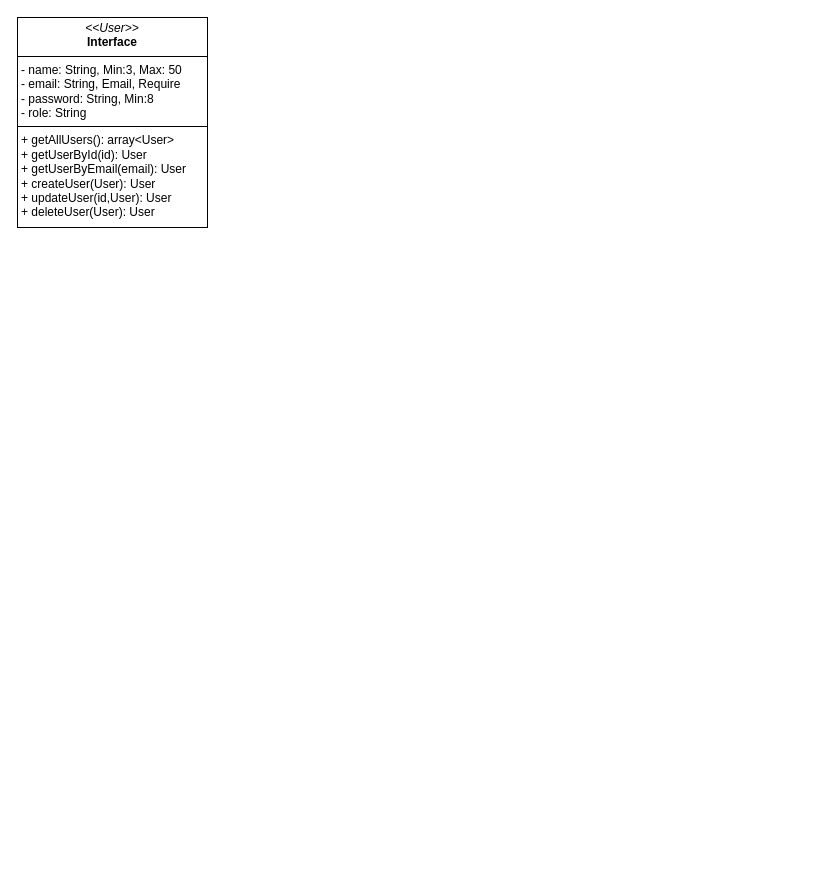
Above: Node_SP_Len.drawio in huynhhonghuan/Node_SP_Len (draw.io), before the change. Source tidied: cells renumbered, new cells numbered last; positions are measured from the earlier drawing's top-left corner, leaving out a move shared by most shapes. Both pictures are drawn from the tidied source at 100%, with x=0, y=0 at pixel (17, 17).
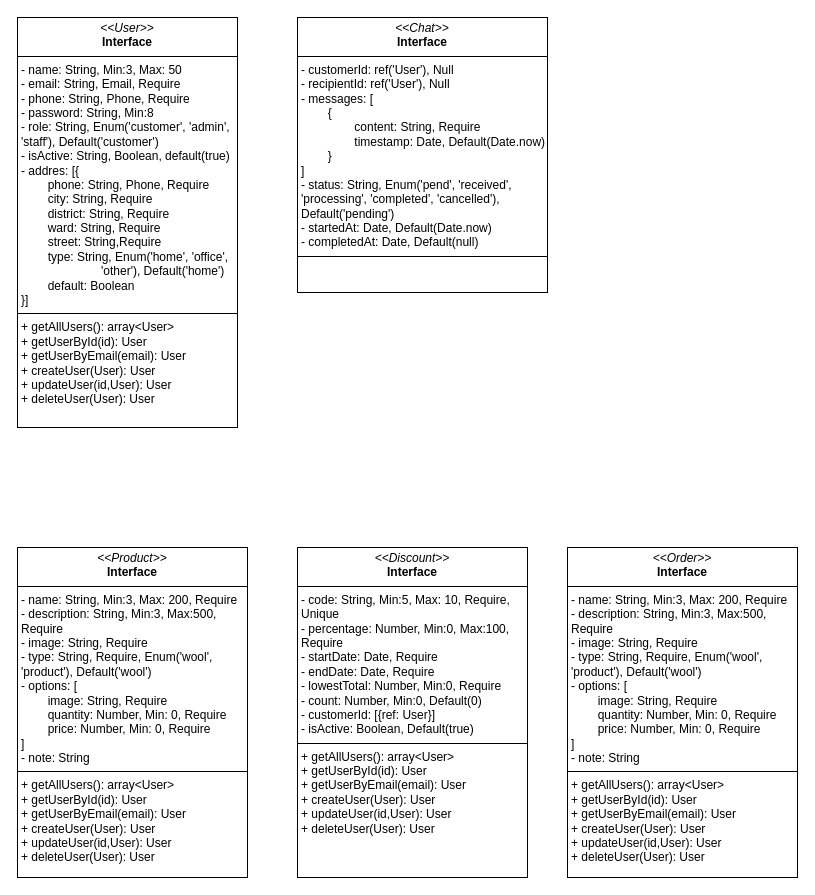
After the change.

The edit, as a diff of the source:
```diff
@@
 <mxGraphModel>
   <root>
     <mxCell id="0" />
     <mxCell id="1" parent="0" />
-    <mxCell id="2" value="&lt;p style=&quot;margin: 4px 0px 0px; text-align: center;&quot;&gt;&lt;font style=&quot;font-size: 12px;&quot;&gt;&lt;font style=&quot;font-size: 12px;&quot;&gt;&lt;i style=&quot;&quot;&gt;&amp;lt;&amp;lt;User&amp;gt;&amp;gt;&lt;/i&gt;&lt;br&gt;&lt;/font&gt;&lt;b style=&quot;&quot;&gt;&lt;font style=&quot;font-size: 12px;&quot;&gt;Interface&lt;/font&gt;&lt;/b&gt;&lt;/font&gt;&lt;/p&gt;&lt;hr size=&quot;1&quot; style=&quot;border-style: solid;&quot;&gt;&lt;p style=&quot;margin: 0px 0px 0px 4px;&quot;&gt;&lt;font style=&quot;font-size: 12px;&quot;&gt;- name: String, Min:3, Max: 50&lt;br&gt;- email: String, Email, Require&lt;/font&gt;&lt;/p&gt;&lt;p style=&quot;margin: 0px 0px 0px 4px;&quot;&gt;&lt;font style=&quot;font-size: 12px;&quot;&gt;- password: String, Min:8&lt;/font&gt;&lt;/p&gt;&lt;p style=&quot;margin: 0px 0px 0px 4px;&quot;&gt;&lt;font style=&quot;font-size: 12px;&quot;&gt;- role: String&lt;/font&gt;&lt;/p&gt;&lt;hr size=&quot;1&quot; style=&quot;border-style: solid;&quot;&gt;&lt;p style=&quot;margin: 0px 0px 0px 4px;&quot;&gt;&lt;font style=&quot;font-size: 12px;&quot;&gt;+&amp;nbsp;&lt;span style=&quot;white-space: pre;&quot;&gt;getAllUsers&lt;/span&gt;(): array&amp;lt;User&amp;gt;&lt;/font&gt;&lt;/p&gt;&lt;p style=&quot;margin: 0px 0px 0px 4px;&quot;&gt;&lt;font style=&quot;font-size: 12px;&quot;&gt;+&amp;nbsp;&lt;span style=&quot;white-space: pre;&quot;&gt;getUserById&lt;/span&gt;(id): User&lt;/font&gt;&lt;/p&gt;&lt;p style=&quot;margin: 0px 0px 0px 4px;&quot;&gt;&lt;font style=&quot;font-size: 12px;&quot;&gt;+&amp;nbsp;&lt;span style=&quot;white-space: pre;&quot;&gt;getUserByEmail(email): User&lt;/span&gt;&lt;/font&gt;&lt;/p&gt;&lt;p style=&quot;margin: 0px 0px 0px 4px;&quot;&gt;&lt;span style=&quot;white-space: pre;&quot;&gt;&lt;font style=&quot;font-size: 12px;&quot;&gt;+ createUser(User): User&lt;/font&gt;&lt;/span&gt;&lt;/p&gt;&lt;p style=&quot;margin: 0px 0px 0px 4px;&quot;&gt;&lt;span style=&quot;white-space: pre;&quot;&gt;&lt;font style=&quot;font-size: 12px;&quot;&gt;+ updateUser(id,User): User&lt;/font&gt;&lt;/span&gt;&lt;/p&gt;&lt;p style=&quot;margin: 0px 0px 0px 4px;&quot;&gt;&lt;span style=&quot;white-space: pre;&quot;&gt;&lt;font style=&quot;font-size: 12px;&quot;&gt;+ deleteUser(User): User&lt;/font&gt;&lt;/span&gt;&lt;/p&gt;" style="verticalAlign=top;align=left;overflow=fill;html=1;whiteSpace=wrap;fontFamily=Helvetica;" parent="1" vertex="1">
-      <mxGeometry width="190" height="210" as="geometry" />
+    <mxCell id="2" value="&lt;p style=&quot;margin: 4px 0px 0px; text-align: center;&quot;&gt;&lt;font style=&quot;font-size: 12px;&quot;&gt;&lt;font style=&quot;font-size: 12px;&quot;&gt;&lt;i style=&quot;&quot;&gt;&amp;lt;&amp;lt;User&amp;gt;&amp;gt;&lt;/i&gt;&lt;br&gt;&lt;/font&gt;&lt;b style=&quot;&quot;&gt;&lt;font style=&quot;font-size: 12px;&quot;&gt;Interface&lt;/font&gt;&lt;/b&gt;&lt;/font&gt;&lt;/p&gt;&lt;hr size=&quot;1&quot; style=&quot;border-style: solid;&quot;&gt;&lt;p style=&quot;margin: 0px 0px 0px 4px;&quot;&gt;&lt;font style=&quot;font-size: 12px;&quot;&gt;- name: String, Min:3, Max: 50&lt;br&gt;- email: String, Email, Require&lt;/font&gt;&lt;/p&gt;&lt;p style=&quot;margin: 0px 0px 0px 4px;&quot;&gt;&lt;font style=&quot;font-size: 12px;&quot;&gt;- phone: String, Phone,&amp;nbsp;&lt;/font&gt;&lt;span style=&quot;background-color: initial;&quot;&gt;Require&lt;/span&gt;&lt;/p&gt;&lt;p style=&quot;margin: 0px 0px 0px 4px;&quot;&gt;&lt;font style=&quot;font-size: 12px;&quot;&gt;- password: String, Min:8&lt;/font&gt;&lt;/p&gt;&lt;p style=&quot;margin: 0px 0px 0px 4px;&quot;&gt;&lt;font style=&quot;font-size: 12px;&quot;&gt;- role: String, Enum('customer', 'admin', 'staff'), Default('customer')&lt;/font&gt;&lt;/p&gt;&lt;p style=&quot;margin: 0px 0px 0px 4px;&quot;&gt;&lt;font style=&quot;font-size: 12px;&quot;&gt;- isActive: String, Boolean, default(true)&lt;/font&gt;&lt;/p&gt;&lt;p style=&quot;margin: 0px 0px 0px 4px;&quot;&gt;&lt;font style=&quot;font-size: 12px;&quot;&gt;- addres: [{&lt;/font&gt;&lt;/p&gt;&lt;p style=&quot;margin: 0px 0px 0px 4px;&quot;&gt;&lt;span style=&quot;background-color: initial;&quot;&gt;&lt;span style=&quot;white-space: pre;&quot;&gt;&#9;&lt;/span&gt;phone: String, Phone, Require&lt;/span&gt;&lt;/p&gt;&lt;p style=&quot;margin: 0px 0px 0px 4px;&quot;&gt;&lt;span style=&quot;background-color: initial;&quot;&gt;&lt;span style=&quot;white-space: pre;&quot;&gt;&#9;&lt;/span&gt;city: String, Require&lt;/span&gt;&lt;/p&gt;&lt;p style=&quot;margin: 0px 0px 0px 4px;&quot;&gt;&lt;span style=&quot;background-color: initial;&quot;&gt;&lt;span style=&quot;white-space: pre;&quot;&gt;&#9;&lt;/span&gt;district: String,&amp;nbsp;&lt;/span&gt;&lt;span style=&quot;background-color: initial;&quot;&gt;Require&lt;/span&gt;&lt;/p&gt;&lt;p style=&quot;margin: 0px 0px 0px 4px;&quot;&gt;&lt;span style=&quot;background-color: initial;&quot;&gt;&lt;span style=&quot;white-space: pre;&quot;&gt;&#9;&lt;/span&gt;ward: String,&amp;nbsp;&lt;/span&gt;&lt;span style=&quot;background-color: initial;&quot;&gt;Require&lt;/span&gt;&lt;/p&gt;&lt;p style=&quot;margin: 0px 0px 0px 4px;&quot;&gt;&lt;span style=&quot;background-color: initial;&quot;&gt;&lt;span style=&quot;white-space: pre;&quot;&gt;&#9;&lt;/span&gt;street: String,&lt;/span&gt;&lt;span style=&quot;background-color: initial;&quot;&gt;Require&lt;/span&gt;&lt;/p&gt;&lt;p style=&quot;margin: 0px 0px 0px 4px;&quot;&gt;&lt;span style=&quot;background-color: initial;&quot;&gt;&lt;span style=&quot;white-space: pre;&quot;&gt;&#9;&lt;/span&gt;type: String, Enum('home', 'office', &lt;span style=&quot;white-space: pre;&quot;&gt;&#9;&lt;/span&gt;&lt;span style=&quot;white-space: pre;&quot;&gt;&#9;&lt;span style=&quot;white-space: pre;&quot;&gt;&#9;&lt;/span&gt;&lt;/span&gt;'other'), Default('home')&lt;/span&gt;&lt;/p&gt;&lt;p style=&quot;margin: 0px 0px 0px 4px;&quot;&gt;&lt;span style=&quot;background-color: initial;&quot;&gt;&lt;span style=&quot;white-space: pre;&quot;&gt;&#9;&lt;/span&gt;default: Boolean&lt;/span&gt;&lt;/p&gt;&lt;p style=&quot;margin: 0px 0px 0px 4px;&quot;&gt;&lt;font style=&quot;font-size: 12px;&quot;&gt;}]&lt;/font&gt;&lt;/p&gt;&lt;hr size=&quot;1&quot; style=&quot;border-style: solid;&quot;&gt;&lt;p style=&quot;margin: 0px 0px 0px 4px;&quot;&gt;&lt;font style=&quot;font-size: 12px;&quot;&gt;+&amp;nbsp;&lt;span style=&quot;white-space: pre;&quot;&gt;getAllUsers&lt;/span&gt;(): array&amp;lt;User&amp;gt;&lt;/font&gt;&lt;/p&gt;&lt;p style=&quot;margin: 0px 0px 0px 4px;&quot;&gt;&lt;font style=&quot;font-size: 12px;&quot;&gt;+&amp;nbsp;&lt;span style=&quot;white-space: pre;&quot;&gt;getUserById&lt;/span&gt;(id): User&lt;/font&gt;&lt;/p&gt;&lt;p style=&quot;margin: 0px 0px 0px 4px;&quot;&gt;&lt;font style=&quot;font-size: 12px;&quot;&gt;+&amp;nbsp;&lt;span style=&quot;white-space: pre;&quot;&gt;getUserByEmail(email): User&lt;/span&gt;&lt;/font&gt;&lt;/p&gt;&lt;p style=&quot;margin: 0px 0px 0px 4px;&quot;&gt;&lt;span style=&quot;white-space: pre;&quot;&gt;&lt;font style=&quot;font-size: 12px;&quot;&gt;+ createUser(User): User&lt;/font&gt;&lt;/span&gt;&lt;/p&gt;&lt;p style=&quot;margin: 0px 0px 0px 4px;&quot;&gt;&lt;span style=&quot;white-space: pre;&quot;&gt;&lt;font style=&quot;font-size: 12px;&quot;&gt;+ updateUser(id,User): User&lt;/font&gt;&lt;/span&gt;&lt;/p&gt;&lt;p style=&quot;margin: 0px 0px 0px 4px;&quot;&gt;&lt;span style=&quot;white-space: pre;&quot;&gt;&lt;font style=&quot;font-size: 12px;&quot;&gt;+ deleteUser(User): User&lt;/font&gt;&lt;/span&gt;&lt;/p&gt;" style="verticalAlign=top;align=left;overflow=fill;html=1;whiteSpace=wrap;fontFamily=Helvetica;" parent="1" vertex="1">
+      <mxGeometry width="220" height="410" as="geometry" />
     </mxCell>
+    <mxCell id="3" value="&lt;p style=&quot;margin: 4px 0px 0px; text-align: center;&quot;&gt;&lt;font style=&quot;font-size: 12px;&quot;&gt;&lt;font style=&quot;font-size: 12px;&quot;&gt;&lt;i style=&quot;&quot;&gt;&amp;lt;&amp;lt;Product&amp;gt;&amp;gt;&lt;/i&gt;&lt;br&gt;&lt;/font&gt;&lt;b style=&quot;&quot;&gt;&lt;font style=&quot;font-size: 12px;&quot;&gt;Interface&lt;/font&gt;&lt;/b&gt;&lt;/font&gt;&lt;/p&gt;&lt;hr size=&quot;1&quot; style=&quot;border-style: solid;&quot;&gt;&lt;p style=&quot;margin: 0px 0px 0px 4px;&quot;&gt;&lt;font style=&quot;font-size: 12px;&quot;&gt;- name: String, Min:3, Max: 200, Require&lt;br&gt;- description: String, Min:3, Max:500, Require&lt;/font&gt;&lt;/p&gt;&lt;p style=&quot;margin: 0px 0px 0px 4px;&quot;&gt;&lt;font style=&quot;font-size: 12px;&quot;&gt;- image: String,&amp;nbsp;&lt;/font&gt;&lt;span style=&quot;background-color: initial;&quot;&gt;Require&lt;/span&gt;&lt;/p&gt;&lt;p style=&quot;margin: 0px 0px 0px 4px;&quot;&gt;&lt;font style=&quot;font-size: 12px;&quot;&gt;- type: String, Require, Enum('wool', 'product'), Default('wool')&lt;/font&gt;&lt;/p&gt;&lt;p style=&quot;margin: 0px 0px 0px 4px;&quot;&gt;&lt;font style=&quot;font-size: 12px;&quot;&gt;- options:&amp;nbsp;&lt;/font&gt;&lt;span style=&quot;background-color: initial;&quot;&gt;[&amp;nbsp;&lt;/span&gt;&lt;/p&gt;&lt;p style=&quot;margin: 0px 0px 0px 4px;&quot;&gt;&lt;span style=&quot;background-color: initial;&quot;&gt;&lt;span style=&quot;white-space: pre;&quot;&gt;&#9;&lt;/span&gt;image: String, Require&lt;br&gt;&lt;/span&gt;&lt;/p&gt;&lt;p style=&quot;margin: 0px 0px 0px 4px;&quot;&gt;&lt;span style=&quot;background-color: initial;&quot;&gt;&lt;span style=&quot;white-space: pre;&quot;&gt;&#9;&lt;/span&gt;quantity: Number, Min: 0, Require&lt;br&gt;&lt;/span&gt;&lt;/p&gt;&lt;p style=&quot;margin: 0px 0px 0px 4px;&quot;&gt;&lt;span style=&quot;background-color: initial;&quot;&gt;&lt;span style=&quot;white-space: pre;&quot;&gt;&#9;&lt;/span&gt;price: Number, Min: 0, Require&lt;br&gt;&lt;/span&gt;&lt;/p&gt;&lt;p style=&quot;margin: 0px 0px 0px 4px;&quot;&gt;&lt;span style=&quot;background-color: initial;&quot;&gt;]&lt;/span&gt;&lt;/p&gt;&lt;p style=&quot;margin: 0px 0px 0px 4px;&quot;&gt;&lt;font style=&quot;font-size: 12px;&quot;&gt;- note: String&lt;/font&gt;&lt;/p&gt;&lt;hr size=&quot;1&quot; style=&quot;border-style: solid;&quot;&gt;&lt;p style=&quot;margin: 0px 0px 0px 4px;&quot;&gt;&lt;font style=&quot;font-size: 12px;&quot;&gt;+&amp;nbsp;&lt;span style=&quot;white-space: pre;&quot;&gt;getAllUsers&lt;/span&gt;(): array&amp;lt;User&amp;gt;&lt;/font&gt;&lt;/p&gt;&lt;p style=&quot;margin: 0px 0px 0px 4px;&quot;&gt;&lt;font style=&quot;font-size: 12px;&quot;&gt;+&amp;nbsp;&lt;span style=&quot;white-space: pre;&quot;&gt;getUserById&lt;/span&gt;(id): User&lt;/font&gt;&lt;/p&gt;&lt;p style=&quot;margin: 0px 0px 0px 4px;&quot;&gt;&lt;font style=&quot;font-size: 12px;&quot;&gt;+&amp;nbsp;&lt;span style=&quot;white-space: pre;&quot;&gt;getUserByEmail(email): User&lt;/span&gt;&lt;/font&gt;&lt;/p&gt;&lt;p style=&quot;margin: 0px 0px 0px 4px;&quot;&gt;&lt;span style=&quot;white-space: pre;&quot;&gt;&lt;font style=&quot;font-size: 12px;&quot;&gt;+ createUser(User): User&lt;/font&gt;&lt;/span&gt;&lt;/p&gt;&lt;p style=&quot;margin: 0px 0px 0px 4px;&quot;&gt;&lt;span style=&quot;white-space: pre;&quot;&gt;&lt;font style=&quot;font-size: 12px;&quot;&gt;+ updateUser(id,User): User&lt;/font&gt;&lt;/span&gt;&lt;/p&gt;&lt;p style=&quot;margin: 0px 0px 0px 4px;&quot;&gt;&lt;span style=&quot;white-space: pre;&quot;&gt;&lt;font style=&quot;font-size: 12px;&quot;&gt;+ deleteUser(User): User&lt;/font&gt;&lt;/span&gt;&lt;/p&gt;" style="verticalAlign=top;align=left;overflow=fill;html=1;whiteSpace=wrap;fontFamily=Helvetica;" parent="1" vertex="1">
+      <mxGeometry y="530" width="230" height="330" as="geometry" />
+    </mxCell>
+    <mxCell id="4" value="&lt;p style=&quot;margin: 4px 0px 0px; text-align: center;&quot;&gt;&lt;font style=&quot;font-size: 12px;&quot;&gt;&lt;font style=&quot;font-size: 12px;&quot;&gt;&lt;i style=&quot;&quot;&gt;&amp;lt;&amp;lt;Discount&amp;gt;&amp;gt;&lt;/i&gt;&lt;br&gt;&lt;/font&gt;&lt;b style=&quot;&quot;&gt;&lt;font style=&quot;font-size: 12px;&quot;&gt;Interface&lt;/font&gt;&lt;/b&gt;&lt;/font&gt;&lt;/p&gt;&lt;hr size=&quot;1&quot; style=&quot;border-style: solid;&quot;&gt;&lt;p style=&quot;margin: 0px 0px 0px 4px;&quot;&gt;&lt;font style=&quot;font-size: 12px;&quot;&gt;- code: String, Min:5, Max: 10, Require, Unique&lt;br&gt;- percentage: Number, Min:0, Max:100, Require&lt;/font&gt;&lt;/p&gt;&lt;p style=&quot;margin: 0px 0px 0px 4px;&quot;&gt;&lt;font style=&quot;font-size: 12px;&quot;&gt;- startDate: Date,&amp;nbsp;&lt;/font&gt;&lt;span style=&quot;background-color: initial;&quot;&gt;Require&lt;/span&gt;&lt;/p&gt;&lt;p style=&quot;margin: 0px 0px 0px 4px;&quot;&gt;- endDate: Date,&amp;nbsp;&lt;span style=&quot;background-color: initial;&quot;&gt;Require&lt;/span&gt;&lt;br&gt;&lt;/p&gt;&lt;p style=&quot;margin: 0px 0px 0px 4px;&quot;&gt;&lt;font style=&quot;font-size: 12px;&quot;&gt;- lowestTotal: Number, Min:0, Require&lt;/font&gt;&lt;/p&gt;&lt;p style=&quot;margin: 0px 0px 0px 4px;&quot;&gt;&lt;font style=&quot;font-size: 12px;&quot;&gt;- count: Number, Min:0, Default(0)&lt;/font&gt;&lt;/p&gt;&lt;p style=&quot;margin: 0px 0px 0px 4px;&quot;&gt;&lt;font style=&quot;font-size: 12px;&quot;&gt;- customerId: [&lt;/font&gt;&lt;font style=&quot;background-color: initial;&quot;&gt;{&lt;/font&gt;&lt;span style=&quot;background-color: initial; white-space: pre;&quot;&gt;ref: User&lt;/span&gt;&lt;span style=&quot;background-color: initial;&quot;&gt;}&lt;/span&gt;&lt;span style=&quot;background-color: initial;&quot;&gt;]&lt;/span&gt;&lt;/p&gt;&lt;p style=&quot;margin: 0px 0px 0px 4px;&quot;&gt;&lt;span style=&quot;background-color: initial;&quot;&gt;- isActive: Boolean, Default(true)&lt;/span&gt;&lt;/p&gt;&lt;hr size=&quot;1&quot; style=&quot;border-style: solid;&quot;&gt;&lt;p style=&quot;margin: 0px 0px 0px 4px;&quot;&gt;&lt;font style=&quot;font-size: 12px;&quot;&gt;+&amp;nbsp;&lt;span style=&quot;white-space: pre;&quot;&gt;getAllUsers&lt;/span&gt;(): array&amp;lt;User&amp;gt;&lt;/font&gt;&lt;/p&gt;&lt;p style=&quot;margin: 0px 0px 0px 4px;&quot;&gt;&lt;font style=&quot;font-size: 12px;&quot;&gt;+&amp;nbsp;&lt;span style=&quot;white-space: pre;&quot;&gt;getUserById&lt;/span&gt;(id): User&lt;/font&gt;&lt;/p&gt;&lt;p style=&quot;margin: 0px 0px 0px 4px;&quot;&gt;&lt;font style=&quot;font-size: 12px;&quot;&gt;+&amp;nbsp;&lt;span style=&quot;white-space: pre;&quot;&gt;getUserByEmail(email): User&lt;/span&gt;&lt;/font&gt;&lt;/p&gt;&lt;p style=&quot;margin: 0px 0px 0px 4px;&quot;&gt;&lt;span style=&quot;white-space: pre;&quot;&gt;&lt;font style=&quot;font-size: 12px;&quot;&gt;+ createUser(User): User&lt;/font&gt;&lt;/span&gt;&lt;/p&gt;&lt;p style=&quot;margin: 0px 0px 0px 4px;&quot;&gt;&lt;span style=&quot;white-space: pre;&quot;&gt;&lt;font style=&quot;font-size: 12px;&quot;&gt;+ updateUser(id,User): User&lt;/font&gt;&lt;/span&gt;&lt;/p&gt;&lt;p style=&quot;margin: 0px 0px 0px 4px;&quot;&gt;&lt;span style=&quot;white-space: pre;&quot;&gt;&lt;font style=&quot;font-size: 12px;&quot;&gt;+ deleteUser(User): User&lt;/font&gt;&lt;/span&gt;&lt;/p&gt;" style="verticalAlign=top;align=left;overflow=fill;html=1;whiteSpace=wrap;fontFamily=Helvetica;" parent="1" vertex="1">
+      <mxGeometry x="280" y="530" width="230" height="330" as="geometry" />
+    </mxCell>
+    <mxCell id="5" value="&lt;p style=&quot;margin: 4px 0px 0px; text-align: center;&quot;&gt;&lt;font style=&quot;font-size: 12px;&quot;&gt;&lt;font style=&quot;font-size: 12px;&quot;&gt;&lt;i style=&quot;&quot;&gt;&amp;lt;&amp;lt;Order&amp;gt;&amp;gt;&lt;/i&gt;&lt;br&gt;&lt;/font&gt;&lt;b style=&quot;&quot;&gt;&lt;font style=&quot;font-size: 12px;&quot;&gt;Interface&lt;/font&gt;&lt;/b&gt;&lt;/font&gt;&lt;/p&gt;&lt;hr size=&quot;1&quot; style=&quot;border-style: solid;&quot;&gt;&lt;p style=&quot;margin: 0px 0px 0px 4px;&quot;&gt;&lt;font style=&quot;font-size: 12px;&quot;&gt;- name: String, Min:3, Max: 200, Require&lt;br&gt;- description: String, Min:3, Max:500, Require&lt;/font&gt;&lt;/p&gt;&lt;p style=&quot;margin: 0px 0px 0px 4px;&quot;&gt;&lt;font style=&quot;font-size: 12px;&quot;&gt;- image: String,&amp;nbsp;&lt;/font&gt;&lt;span style=&quot;background-color: initial;&quot;&gt;Require&lt;/span&gt;&lt;/p&gt;&lt;p style=&quot;margin: 0px 0px 0px 4px;&quot;&gt;&lt;font style=&quot;font-size: 12px;&quot;&gt;- type: String, Require, Enum('wool', 'product'), Default('wool')&lt;/font&gt;&lt;/p&gt;&lt;p style=&quot;margin: 0px 0px 0px 4px;&quot;&gt;&lt;font style=&quot;font-size: 12px;&quot;&gt;- options:&amp;nbsp;&lt;/font&gt;&lt;span style=&quot;background-color: initial;&quot;&gt;[&amp;nbsp;&lt;/span&gt;&lt;/p&gt;&lt;p style=&quot;margin: 0px 0px 0px 4px;&quot;&gt;&lt;span style=&quot;background-color: initial;&quot;&gt;&lt;span style=&quot;white-space: pre;&quot;&gt;&#9;&lt;/span&gt;image: String, Require&lt;br&gt;&lt;/span&gt;&lt;/p&gt;&lt;p style=&quot;margin: 0px 0px 0px 4px;&quot;&gt;&lt;span style=&quot;background-color: initial;&quot;&gt;&lt;span style=&quot;white-space: pre;&quot;&gt;&#9;&lt;/span&gt;quantity: Number, Min: 0, Require&lt;br&gt;&lt;/span&gt;&lt;/p&gt;&lt;p style=&quot;margin: 0px 0px 0px 4px;&quot;&gt;&lt;span style=&quot;background-color: initial;&quot;&gt;&lt;span style=&quot;white-space: pre;&quot;&gt;&#9;&lt;/span&gt;price: Number, Min: 0, Require&lt;br&gt;&lt;/span&gt;&lt;/p&gt;&lt;p style=&quot;margin: 0px 0px 0px 4px;&quot;&gt;&lt;span style=&quot;background-color: initial;&quot;&gt;]&lt;/span&gt;&lt;/p&gt;&lt;p style=&quot;margin: 0px 0px 0px 4px;&quot;&gt;&lt;font style=&quot;font-size: 12px;&quot;&gt;- note: String&lt;/font&gt;&lt;/p&gt;&lt;hr size=&quot;1&quot; style=&quot;border-style: solid;&quot;&gt;&lt;p style=&quot;margin: 0px 0px 0px 4px;&quot;&gt;&lt;font style=&quot;font-size: 12px;&quot;&gt;+&amp;nbsp;&lt;span style=&quot;white-space: pre;&quot;&gt;getAllUsers&lt;/span&gt;(): array&amp;lt;User&amp;gt;&lt;/font&gt;&lt;/p&gt;&lt;p style=&quot;margin: 0px 0px 0px 4px;&quot;&gt;&lt;font style=&quot;font-size: 12px;&quot;&gt;+&amp;nbsp;&lt;span style=&quot;white-space: pre;&quot;&gt;getUserById&lt;/span&gt;(id): User&lt;/font&gt;&lt;/p&gt;&lt;p style=&quot;margin: 0px 0px 0px 4px;&quot;&gt;&lt;font style=&quot;font-size: 12px;&quot;&gt;+&amp;nbsp;&lt;span style=&quot;white-space: pre;&quot;&gt;getUserByEmail(email): User&lt;/span&gt;&lt;/font&gt;&lt;/p&gt;&lt;p style=&quot;margin: 0px 0px 0px 4px;&quot;&gt;&lt;span style=&quot;white-space: pre;&quot;&gt;&lt;font style=&quot;font-size: 12px;&quot;&gt;+ createUser(User): User&lt;/font&gt;&lt;/span&gt;&lt;/p&gt;&lt;p style=&quot;margin: 0px 0px 0px 4px;&quot;&gt;&lt;span style=&quot;white-space: pre;&quot;&gt;&lt;font style=&quot;font-size: 12px;&quot;&gt;+ updateUser(id,User): User&lt;/font&gt;&lt;/span&gt;&lt;/p&gt;&lt;p style=&quot;margin: 0px 0px 0px 4px;&quot;&gt;&lt;span style=&quot;white-space: pre;&quot;&gt;&lt;font style=&quot;font-size: 12px;&quot;&gt;+ deleteUser(User): User&lt;/font&gt;&lt;/span&gt;&lt;/p&gt;" style="verticalAlign=top;align=left;overflow=fill;html=1;whiteSpace=wrap;fontFamily=Helvetica;" parent="1" vertex="1">
+      <mxGeometry x="550" y="530" width="230" height="330" as="geometry" />
+    </mxCell>
+    <mxCell id="6" value="&lt;p style=&quot;margin: 4px 0px 0px; text-align: center;&quot;&gt;&lt;font style=&quot;font-size: 12px;&quot;&gt;&lt;font style=&quot;font-size: 12px;&quot;&gt;&lt;i style=&quot;&quot;&gt;&amp;lt;&amp;lt;Chat&amp;gt;&amp;gt;&lt;/i&gt;&lt;br&gt;&lt;/font&gt;&lt;b style=&quot;&quot;&gt;&lt;font style=&quot;font-size: 12px;&quot;&gt;Interface&lt;/font&gt;&lt;/b&gt;&lt;/font&gt;&lt;/p&gt;&lt;hr size=&quot;1&quot; style=&quot;border-style: solid;&quot;&gt;&lt;p style=&quot;margin: 0px 0px 0px 4px;&quot;&gt;&lt;font style=&quot;font-size: 12px;&quot;&gt;- customerId: ref('User'), Null&lt;br&gt;- recipientId: ref('User'), Null&lt;/font&gt;&lt;/p&gt;&lt;p style=&quot;margin: 0px 0px 0px 4px;&quot;&gt;&lt;font style=&quot;font-size: 12px;&quot;&gt;- messages: [&lt;/font&gt;&lt;/p&gt;&lt;p style=&quot;margin: 0px 0px 0px 4px;&quot;&gt;&lt;font style=&quot;font-size: 12px;&quot;&gt;&lt;span style=&quot;white-space: pre;&quot;&gt;&#9;&lt;/span&gt;{&lt;br&gt;&lt;/font&gt;&lt;/p&gt;&lt;p style=&quot;margin: 0px 0px 0px 4px;&quot;&gt;&lt;font style=&quot;font-size: 12px;&quot;&gt;&lt;span style=&quot;white-space: pre;&quot;&gt;&#9;&lt;/span&gt;&lt;span style=&quot;white-space: pre;&quot;&gt;&#9;&lt;/span&gt;content: String, Require&lt;br&gt;&lt;/font&gt;&lt;/p&gt;&lt;p style=&quot;margin: 0px 0px 0px 4px;&quot;&gt;&lt;font style=&quot;font-size: 12px;&quot;&gt;&lt;span style=&quot;white-space: pre;&quot;&gt;&#9;&lt;/span&gt;&lt;span style=&quot;white-space: pre;&quot;&gt;&#9;&lt;/span&gt;timestamp: Date, Default(Date.now)&lt;br&gt;&lt;/font&gt;&lt;/p&gt;&lt;p style=&quot;margin: 0px 0px 0px 4px;&quot;&gt;&lt;font style=&quot;font-size: 12px;&quot;&gt;&lt;span style=&quot;white-space: pre;&quot;&gt;&#9;&lt;/span&gt;}&lt;/font&gt;&lt;/p&gt;&lt;p style=&quot;margin: 0px 0px 0px 4px;&quot;&gt;&lt;font style=&quot;font-size: 12px;&quot;&gt;]&lt;/font&gt;&lt;/p&gt;&lt;p style=&quot;margin: 0px 0px 0px 4px;&quot;&gt;&lt;font style=&quot;font-size: 12px;&quot;&gt;- status: String, Enum('pend', 'received', 'processing', 'completed', 'cancelled'), Default('pending')&lt;/font&gt;&lt;/p&gt;&lt;p style=&quot;margin: 0px 0px 0px 4px;&quot;&gt;&lt;font style=&quot;font-size: 12px;&quot;&gt;- startedAt: Date, Default(Date.now)&lt;/font&gt;&lt;/p&gt;&lt;p style=&quot;margin: 0px 0px 0px 4px;&quot;&gt;&lt;font style=&quot;font-size: 12px;&quot;&gt;- completedAt: Date, Default(null)&lt;/font&gt;&lt;/p&gt;&lt;hr size=&quot;1&quot; style=&quot;border-style: solid;&quot;&gt;&lt;p style=&quot;margin: 0px 0px 0px 4px;&quot;&gt;&lt;br&gt;&lt;/p&gt;" style="verticalAlign=top;align=left;overflow=fill;html=1;whiteSpace=wrap;fontFamily=Helvetica;" parent="1" vertex="1">
+      <mxGeometry x="280" width="250" height="275" as="geometry" />
+    </mxCell>
   </root>
 </mxGraphModel>
```
